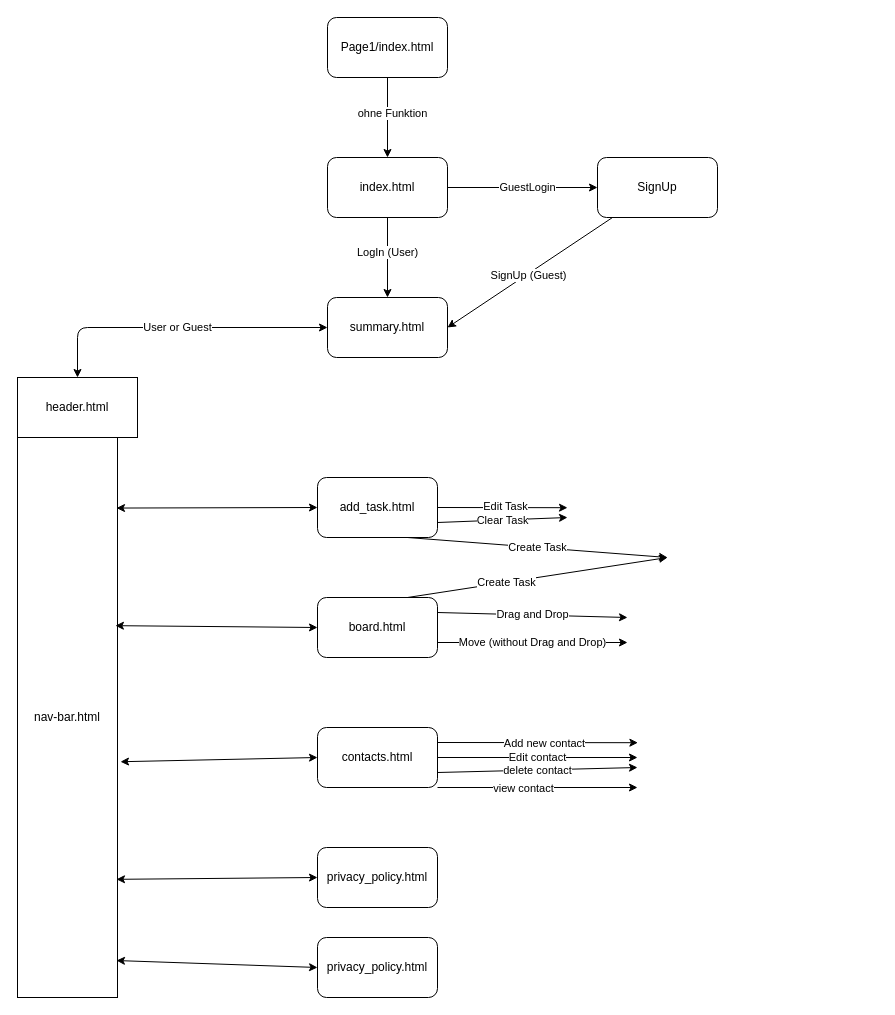
The draw.io diagram .design/Thomas/functions.drawio in ttoebbe/024_Join, before the edit. Source tidied: cells renumbered, new cells numbered last; positions are measured from the earlier drawing's top-left corner, leaving out a move shared by most shapes. Both pictures are drawn from the tidied source at 100%, with x=0, y=0 at pixel (17, 17).
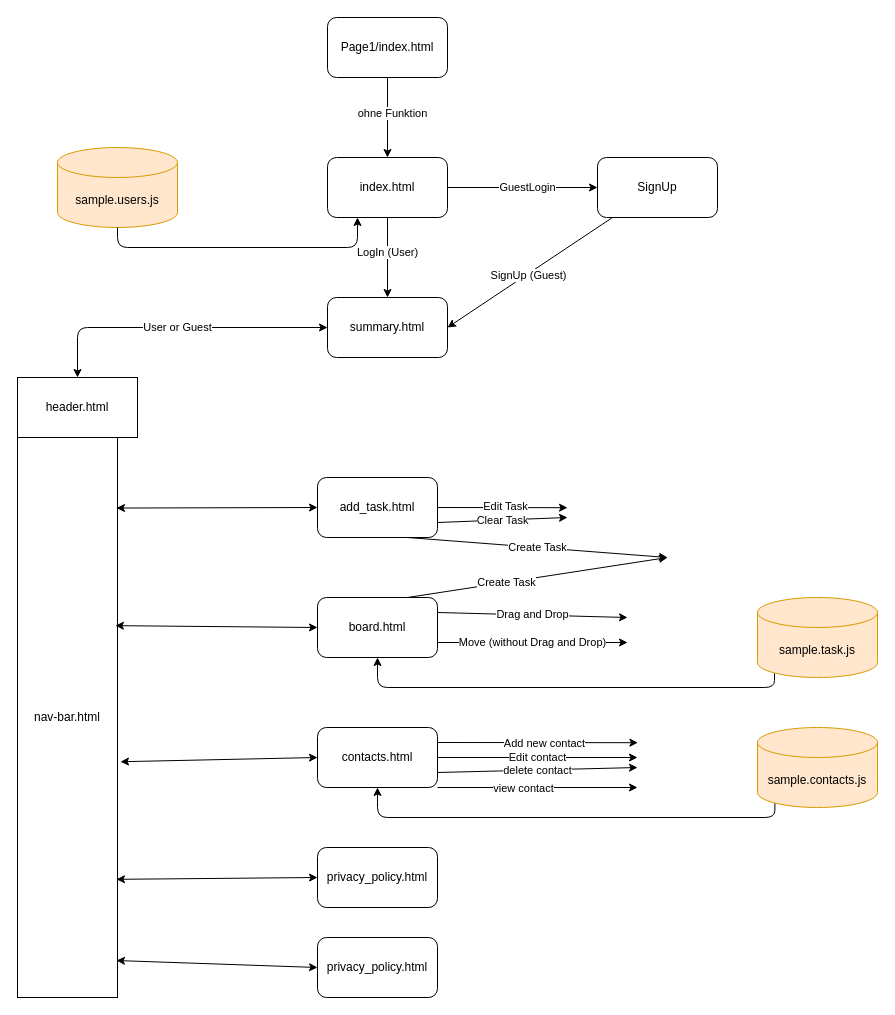
After the change.

Commit message:
feat: sampledatabase in overview

The change refers to these unchanged cells:
```xml
<mxCell id="9" value="index.html" style="rounded=1;whiteSpace=wrap;html=1;" parent="1" vertex="1">
  <mxGeometry x="310" y="140" width="120" height="60" as="geometry" />
</mxCell>
<mxCell id="30" value="contacts.html" style="rounded=1;whiteSpace=wrap;html=1;" parent="1" vertex="1">
  <mxGeometry x="300" y="710" width="120" height="60" as="geometry" />
</mxCell>
```

The edit, as a diff of the source:
```diff
@@
+    <mxCell id="42" style="edgeStyle=elbowEdgeStyle;html=1;exitX=0.145;exitY=1;exitDx=0;exitDy=-4.35;exitPerimeter=0;entryX=0.5;entryY=1;entryDx=0;entryDy=0;elbow=vertical;" parent="1" edge="1" source="43" target="30">
+      <mxGeometry relative="1" as="geometry">
+        <Array as="points">
+          <mxPoint x="560" y="800" />
+        </Array>
+      </mxGeometry>
+    </mxCell>
+    <mxCell id="43" value="sample.contacts.js" style="shape=cylinder3;whiteSpace=wrap;html=1;boundedLbl=1;backgroundOutline=1;size=15;fillColor=#ffe6cc;strokeColor=#d79b00;" parent="1" vertex="1">
+      <mxGeometry x="740" y="710" width="120" height="80" as="geometry" />
+    </mxCell>
+    <mxCell id="44" value="sample.task.js" style="shape=cylinder3;whiteSpace=wrap;html=1;boundedLbl=1;backgroundOutline=1;size=15;fillColor=#ffe6cc;strokeColor=#d79b00;" parent="1" vertex="1">
+      <mxGeometry x="740" y="580" width="120" height="80" as="geometry" />
+    </mxCell>
+    <mxCell id="45" value="sample.users.js" style="shape=cylinder3;whiteSpace=wrap;html=1;boundedLbl=1;backgroundOutline=1;size=15;fillColor=#ffe6cc;strokeColor=#d79b00;" parent="1" vertex="1">
+      <mxGeometry x="40" y="130" width="120" height="80" as="geometry" />
+    </mxCell>
+    <mxCell id="46" style="edgeStyle=elbowEdgeStyle;html=1;exitX=0.145;exitY=1;exitDx=0;exitDy=-4.35;exitPerimeter=0;entryX=0.5;entryY=1;entryDx=0;entryDy=0;elbow=vertical;" parent="1" edge="1">
+      <mxGeometry relative="1" as="geometry">
+        <mxPoint x="757" y="656" as="sourcePoint" />
+        <mxPoint x="360" y="640" as="targetPoint" />
+        <Array as="points">
+          <mxPoint x="560" y="670" />
+        </Array>
+      </mxGeometry>
+    </mxCell>
+    <mxCell id="47" style="edgeStyle=elbowEdgeStyle;html=1;exitX=0.5;exitY=1;exitDx=0;exitDy=0;exitPerimeter=0;entryX=0.25;entryY=1;entryDx=0;entryDy=0;elbow=vertical;" parent="1" edge="1" source="45" target="9">
+      <mxGeometry relative="1" as="geometry">
+        <Array as="points">
+          <mxPoint x="260" y="230" />
+        </Array>
+      </mxGeometry>
+    </mxCell>
```
